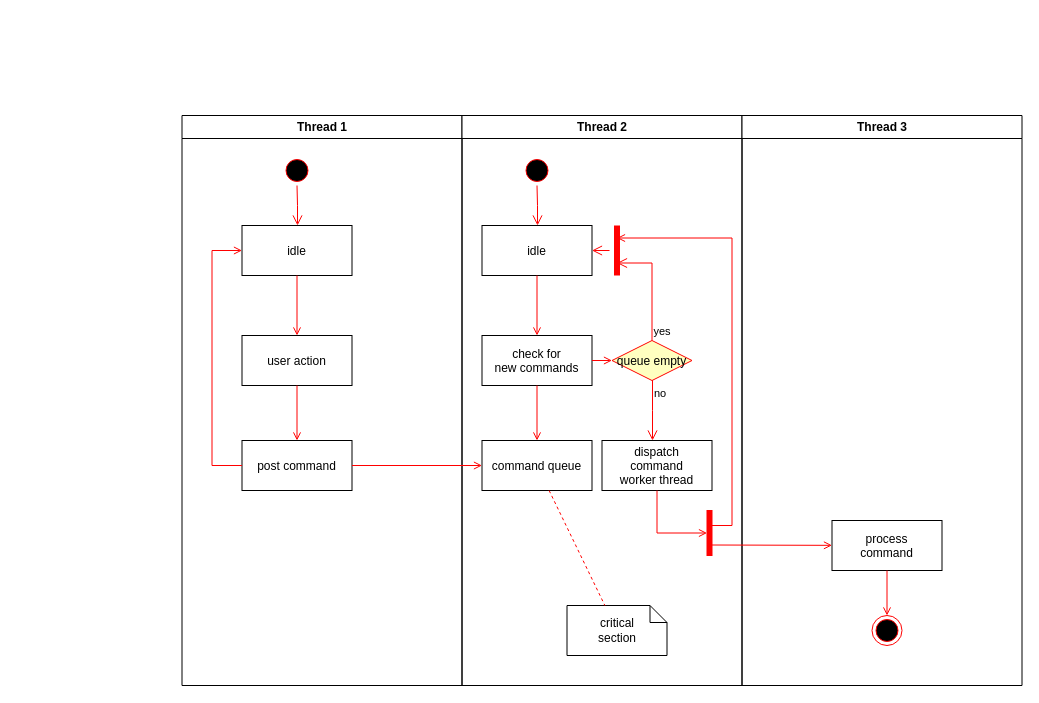
Above: notes/未命名绘图.drawio in Jiangjao/bioinformatics (draw.io), before the change. Source tidied: cells renumbered, new cells numbered last; positions are measured from the earlier drawing's top-left corner, leaving out a move shared by most shapes. Both pictures are drawn from the tidied source at 100%, with x=0, y=0 at pixel (181, 115). Pictures stored in the file or linked from it are replaced by grey dashed boxes.
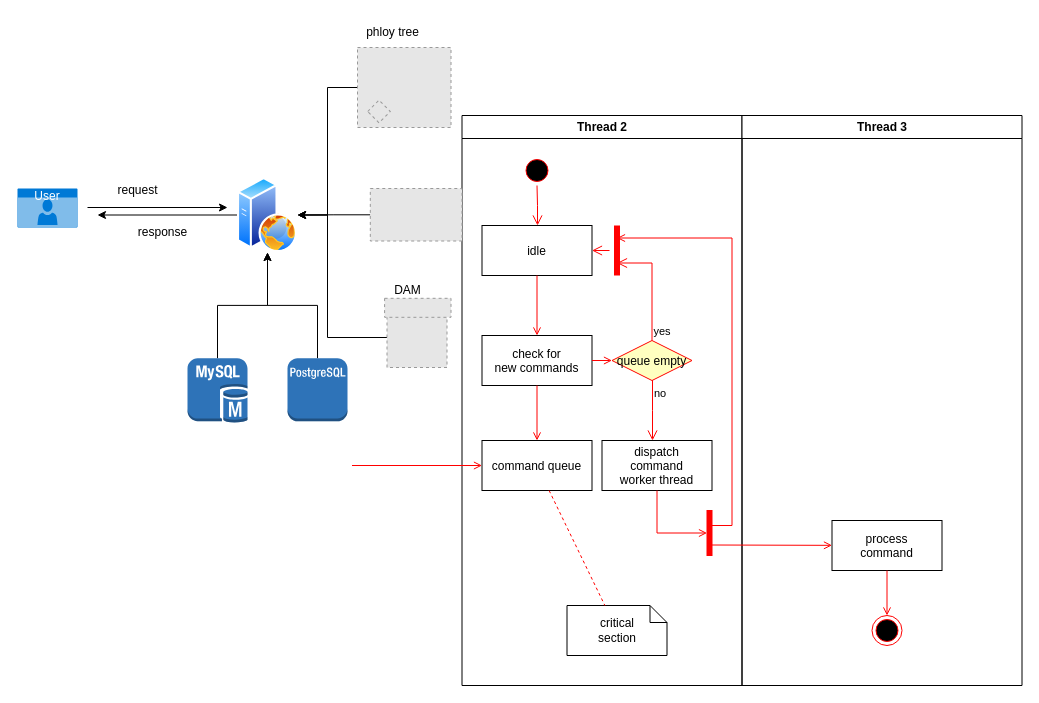
After the change.

The change refers to these unchanged cells:
```xml
<mxCell id="17" value="command queue" parent="11" vertex="1">
  <mxGeometry x="20" y="325" width="110" height="50" as="geometry" />
</mxCell>
```

Diff of the diagram source:
```diff
@@
-    <mxCell id="2" value="Thread 1" style="swimlane;whiteSpace=wrap;" parent="1" vertex="1">
-      <mxGeometry x="0.5" width="280" height="570" as="geometry" />
-    </mxCell>
-    <mxCell id="3" style="ellipse;shape=startState;fillColor=#000000;strokeColor=#ff0000;" parent="2" vertex="1">
-      <mxGeometry x="100" y="40" width="30" height="30" as="geometry" />
-    </mxCell>
-    <mxCell id="4" style="edgeStyle=elbowEdgeStyle;elbow=horizontal;verticalAlign=bottom;endArrow=open;endSize=8;strokeColor=#FF0000;endFill=1;rounded=0;" parent="2" edge="1" source="3" target="5">
-      <mxGeometry x="100" y="40" as="geometry" />
-    </mxCell>
-    <mxCell id="5" value="idle" parent="2" vertex="1">
-      <mxGeometry x="60" y="110" width="110" height="50" as="geometry" />
-    </mxCell>
-    <mxCell id="6" value="user action" parent="2" vertex="1">
-      <mxGeometry x="60" y="220" width="110" height="50" as="geometry" />
-    </mxCell>
-    <mxCell id="7" style="endArrow=open;strokeColor=#FF0000;endFill=1;rounded=0;" parent="2" edge="1" source="5" target="6">
-      <mxGeometry relative="1" as="geometry" />
-    </mxCell>
-    <mxCell id="8" value="post command" parent="2" vertex="1">
-      <mxGeometry x="60" y="325" width="110" height="50" as="geometry" />
-    </mxCell>
-    <mxCell id="9" style="endArrow=open;strokeColor=#FF0000;endFill=1;rounded=0;" parent="2" edge="1" source="6" target="8">
-      <mxGeometry relative="1" as="geometry" />
-    </mxCell>
-    <mxCell id="10" style="edgeStyle=elbowEdgeStyle;elbow=horizontal;strokeColor=#FF0000;endArrow=open;endFill=1;rounded=0;" parent="2" edge="1" source="8" target="5">
-      <mxGeometry relative="1" as="geometry">
-        <Array as="points">
-          <mxPoint x="30" y="250" />
-        </Array>
-      </mxGeometry>
-    </mxCell>
@@
-    <mxCell id="36" style="endArrow=open;strokeColor=#FF0000;endFill=1;rounded=0;" parent="1" edge="1" source="8" target="17">
-      <mxGeometry relative="1" as="geometry" />
+    <mxCell id="36" style="endArrow=open;strokeColor=#FF0000;endFill=1;rounded=0;" parent="1" edge="1" target="17">
+      <mxGeometry relative="1" as="geometry">
+        <mxPoint x="170.5" y="350" as="sourcePoint" />
+      </mxGeometry>
     </mxCell>
+    <mxCell id="37" style="edgeStyle=orthogonalEdgeStyle;rounded=0;orthogonalLoop=1;jettySize=auto;html=1;" parent="1" edge="1">
+      <mxGeometry relative="1" as="geometry">
+        <mxPoint x="-94" y="92" as="sourcePoint" />
+        <mxPoint x="46" y="92" as="targetPoint" />
+      </mxGeometry>
+    </mxCell>
+    <mxCell id="38" style="edgeStyle=orthogonalEdgeStyle;rounded=0;jettySize=auto;html=1;" parent="1" edge="1" source="39" target="41">
+      <mxGeometry relative="1" as="geometry" />
+    </mxCell>
+    <mxCell id="39" style="outlineConnect=0;dashed=0;verticalLabelPosition=bottom;verticalAlign=top;align=center;html=1;shape=mxgraph.aws3.mysql_db_instance;fillColor=#2E73B8;gradientColor=none;" parent="1" vertex="1">
+      <mxGeometry x="6" y="242.8" width="60" height="64.5" as="geometry" />
+    </mxCell>
+    <mxCell id="40" style="edgeStyle=orthogonalEdgeStyle;rounded=0;jettySize=auto;html=1;" parent="1" edge="1" source="41">
+      <mxGeometry relative="1" as="geometry">
+        <mxPoint x="-84" y="99.5" as="targetPoint" />
+      </mxGeometry>
+    </mxCell>
+    <mxCell id="41" style="image;perimeter=ellipsePerimeter;html=1;align=center;shadow=0;dashed=0;spacingTop=3;image=img/lib/active_directory/web_server.svg;" parent="1" vertex="1">
+      <mxGeometry x="56" y="62" width="60" height="75" as="geometry" />
+    </mxCell>
+    <mxCell id="42" value="User" style="html=1;whiteSpace=wrap;strokeColor=none;fillColor=#0079D6;labelPosition=center;verticalLabelPosition=middle;verticalAlign=top;align=center;fontSize=12;spacingTop=-6;fontColor=#FFFFFF;sketch=0;shape=mxgraph.sitemap.user;" parent="1" vertex="1">
+      <mxGeometry x="-164" y="73" width="60" height="39" as="geometry" />
+    </mxCell>
+    <mxCell id="43" value="request" style="text;html=1;align=center;verticalAlign=middle;strokeColor=none;fillColor=none;" parent="1" vertex="1">
+      <mxGeometry x="-74" y="60" width="60" height="30" as="geometry" />
+    </mxCell>
+    <mxCell id="44" value="response" style="text;html=1;align=center;verticalAlign=middle;strokeColor=none;fillColor=none;" parent="1" vertex="1">
+      <mxGeometry x="-54" y="102" width="70" height="30" as="geometry" />
+    </mxCell>
+    <mxCell id="45" style="edgeStyle=orthogonalEdgeStyle;rounded=0;jettySize=auto;html=1;" parent="1" edge="1" source="46" target="41">
+      <mxGeometry relative="1" as="geometry" />
+    </mxCell>
+    <mxCell id="46" style="outlineConnect=0;dashed=0;verticalLabelPosition=bottom;verticalAlign=top;align=center;html=1;shape=mxgraph.aws3.postgre_sql_instance;fillColor=#2E73B8;gradientColor=none;" parent="1" vertex="1">
+      <mxGeometry x="106" y="242.8" width="60" height="63" as="geometry" />
+    </mxCell>
+    <mxCell id="47" style="edgeStyle=orthogonalEdgeStyle;rounded=0;jettySize=auto;html=1;entryX=1;entryY=0.5;entryDx=0;entryDy=0;" parent="1" edge="1" source="48" target="41">
+      <mxGeometry relative="1" as="geometry" />
+    </mxCell>
+    <mxCell id="48" style="fillColor=#E6E6E6;strokeColor=#999999;dashed=1;verticalLabelPosition=bottom;labelBackgroundColor=default;verticalAlign=top;" parent="1" vertex="1">
+      <mxGeometry x="176" y="-68" width="93.5" height="80" as="geometry" />
+    </mxCell>
+    <mxCell id="49" style="fillColor=#E6E6E6;strokeColor=#999999;dashed=1;verticalLabelPosition=bottom;labelBackgroundColor=default;verticalAlign=top;rotation=-45;" parent="1" vertex="1">
+      <mxGeometry x="189.5" y="-12" width="16" height="16" as="geometry" />
+    </mxCell>
+    <mxCell id="50" value="phloy tree" style="text;html=1;align=center;verticalAlign=middle;strokeColor=none;fillColor=none;" parent="1" vertex="1">
+      <mxGeometry x="171" y="-98" width="80" height="30" as="geometry" />
+    </mxCell>
+    <mxCell id="51" style="edgeStyle=orthogonalEdgeStyle;rounded=0;jettySize=auto;html=1;entryX=1;entryY=0.5;entryDx=0;entryDy=0;" parent="1" edge="1" source="52" target="41">
+      <mxGeometry relative="1" as="geometry" />
+    </mxCell>
+    <mxCell id="52" style="fillColor=#E6E6E6;strokeColor=#999999;dashed=1;verticalLabelPosition=bottom;labelBackgroundColor=default;verticalAlign=top;" parent="1" vertex="1">
+      <mxGeometry x="188.8" y="73" width="91.7" height="52.5" as="geometry" />
+    </mxCell>
+    <mxCell id="53" style="edgeStyle=orthogonalEdgeStyle;rounded=0;jettySize=auto;html=1;entryX=1;entryY=0.5;entryDx=0;entryDy=0;" parent="1" edge="1" source="54" target="41">
+      <mxGeometry relative="1" as="geometry">
+        <Array as="points">
+          <mxPoint x="146" y="222" />
+          <mxPoint x="146" y="99" />
+        </Array>
+      </mxGeometry>
+    </mxCell>
+    <mxCell id="54" style="fillColor=#E6E6E6;strokeColor=#999999;dashed=1;verticalLabelPosition=bottom;labelBackgroundColor=default;verticalAlign=top;" parent="1" vertex="1">
+      <mxGeometry x="205.5" y="192" width="60" height="60" as="geometry" />
+    </mxCell>
+    <mxCell id="55" style="fillColor=#E6E6E6;strokeColor=#999999;dashed=1;verticalLabelPosition=bottom;labelBackgroundColor=default;verticalAlign=top;" parent="1" vertex="1">
+      <mxGeometry x="203.1" y="182.8" width="66.4" height="19" as="geometry" />
+    </mxCell>
+    <mxCell id="56" value="DAM" style="text;html=1;align=center;verticalAlign=middle;strokeColor=none;fillColor=none;" parent="1" vertex="1">
+      <mxGeometry x="201" y="160" width="50" height="30" as="geometry" />
+    </mxCell>
```
